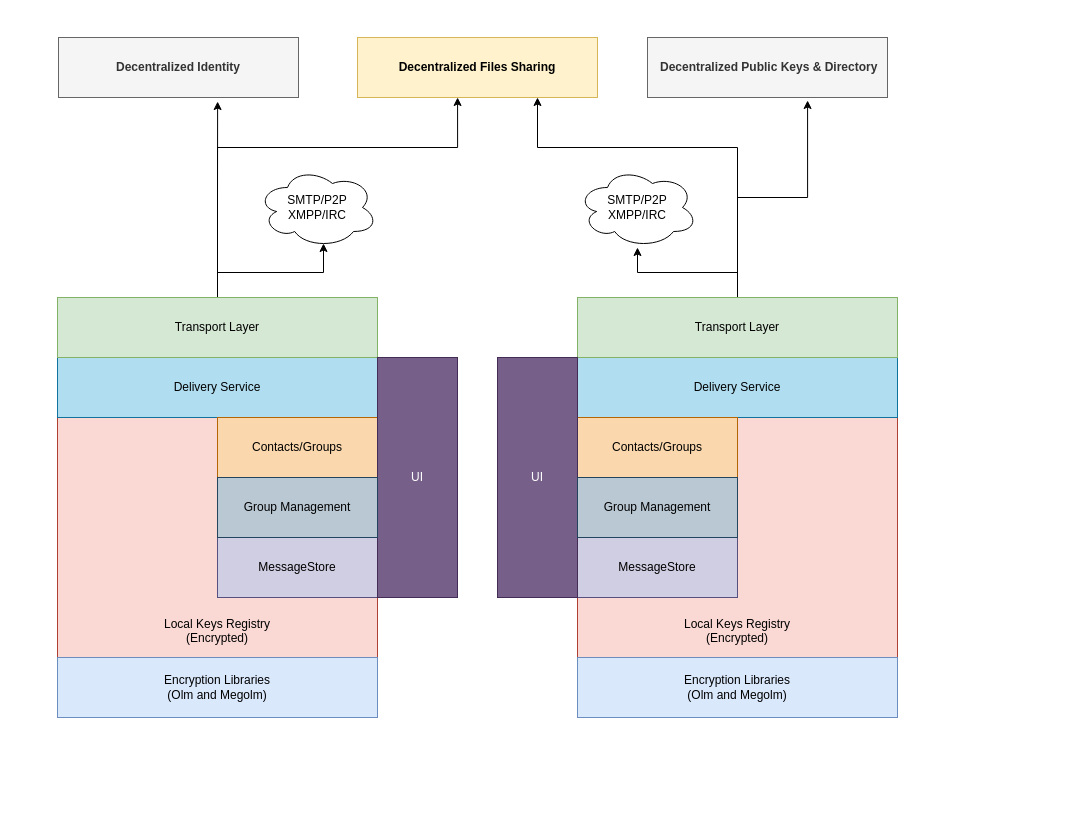
Earlier version of the draw.io diagram page "layers" (4 of 4) of Messaging end-to-end.drawio (bhatti/Aeron). Source tidied: cells renumbered, new cells numbered last; positions are measured from the earlier drawing's top-left corner, leaving out a move shared by most shapes. Both pictures are drawn from the tidied source at 100%, with x=0, y=0 at pixel (57, 37).
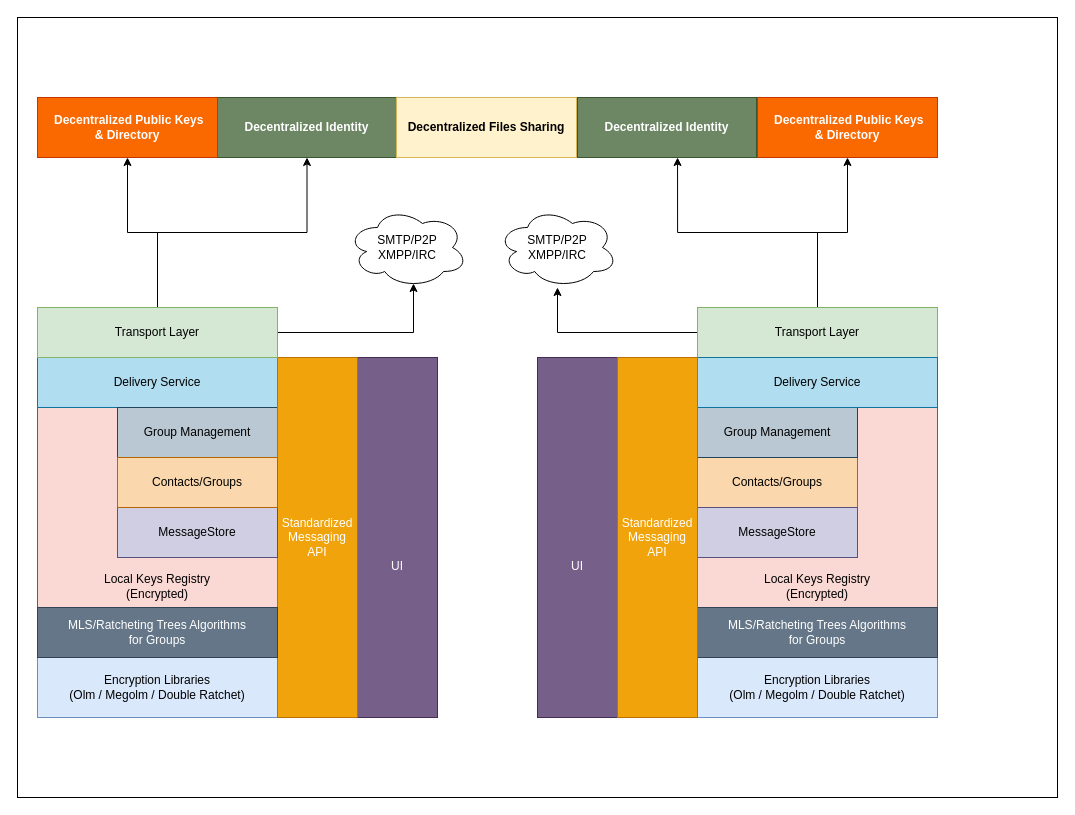
The same diagram, later.

The edit, as a diff of the source:
```diff
@@
+    <mxCell id="31" style="rounded=0;whiteSpace=wrap;html=1;" parent="1" vertex="1">
+      <mxGeometry x="-40" y="-20" width="1040" height="780" as="geometry" />
+    </mxCell>
     <mxCell id="2" style="rounded=0;whiteSpace=wrap;html=1;" parent="1" vertex="1">
-      <mxGeometry y="260" width="320" height="420" as="geometry" />
+      <mxGeometry x="-20" y="270" width="240" height="410" as="geometry" />
     </mxCell>
-    <mxCell id="3" value="&lt;div&gt;&lt;br&gt;&lt;/div&gt;&lt;div&gt;&lt;br&gt;&lt;/div&gt;&lt;div&gt;&lt;br&gt;&lt;/div&gt;&lt;div&gt;&lt;br&gt;&lt;/div&gt;&lt;div&gt;&lt;br&gt;&lt;/div&gt;&lt;div&gt;&lt;br&gt;&lt;/div&gt;&lt;div&gt;&lt;br&gt;&lt;/div&gt;&lt;div&gt;&lt;br&gt;&lt;/div&gt;&lt;div&gt;&lt;br&gt;&lt;/div&gt;&lt;div&gt;&lt;br&gt;&lt;/div&gt;&lt;div&gt;&lt;br&gt;&lt;/div&gt;&lt;div&gt;&lt;br&gt;&lt;/div&gt;&lt;div&gt;&lt;br&gt;&lt;/div&gt;&lt;div&gt;Local Keys Registry&lt;br&gt;(Encrypted)&lt;br&gt;&lt;/div&gt;" style="rounded=0;whiteSpace=wrap;html=1;fillColor=#fad9d5;strokeColor=#ae4132;" parent="1" vertex="1">
-      <mxGeometry y="380" width="320" height="240" as="geometry" />
+    <mxCell id="3" value="&lt;div&gt;&lt;br&gt;&lt;/div&gt;&lt;div&gt;&lt;br&gt;&lt;/div&gt;&lt;div&gt;&lt;br&gt;&lt;/div&gt;&lt;div&gt;&lt;br&gt;&lt;/div&gt;&lt;div&gt;&lt;br&gt;&lt;/div&gt;&lt;div&gt;&lt;br&gt;&lt;/div&gt;&lt;div&gt;&lt;br&gt;&lt;/div&gt;&lt;div&gt;&lt;br&gt;&lt;/div&gt;&lt;div&gt;&lt;br&gt;&lt;/div&gt;&lt;div&gt;&lt;br&gt;&lt;/div&gt;&lt;div&gt;&lt;br&gt;&lt;/div&gt;&lt;div&gt;Local Keys Registry&lt;br&gt;(Encrypted)&lt;br&gt;&lt;/div&gt;" style="rounded=0;whiteSpace=wrap;html=1;fillColor=#fad9d5;strokeColor=#ae4132;" parent="1" vertex="1">
+      <mxGeometry x="-20" y="370" width="240" height="200" as="geometry" />
     </mxCell>
-    <mxCell id="4" value="&lt;b&gt;Decentralized Identity&lt;/b&gt;" style="rounded=0;whiteSpace=wrap;html=1;fillColor=#f5f5f5;strokeColor=#666666;fontColor=#333333;" parent="1" vertex="1">
-      <mxGeometry x="1" width="240" height="60" as="geometry" />
+    <mxCell id="4" value="&lt;b&gt;Decentralized Identity&lt;/b&gt;" style="rounded=0;whiteSpace=wrap;html=1;fillColor=#6d8764;strokeColor=#3A5431;fontColor=#ffffff;" parent="1" vertex="1">
+      <mxGeometry x="160" y="60" width="179" height="60" as="geometry" />
     </mxCell>
     <mxCell id="5" value="&lt;b&gt;Decentralized Files Sharing&lt;br&gt;&lt;/b&gt;" style="rounded=0;whiteSpace=wrap;html=1;fillColor=#fff2cc;strokeColor=#d6b656;" parent="1" vertex="1">
-      <mxGeometry x="300" width="240" height="60" as="geometry" />
+      <mxGeometry x="339" y="60" width="180" height="60" as="geometry" />
     </mxCell>
-    <mxCell id="6" value="&lt;div&gt;Encryption Libraries&lt;/div&gt;&lt;div&gt;(Olm and Megolm)&lt;br&gt;&lt;/div&gt;" style="rounded=0;whiteSpace=wrap;html=1;fillColor=#dae8fc;strokeColor=#6c8ebf;" parent="1" vertex="1">
-      <mxGeometry y="620" width="320" height="60" as="geometry" />
+    <mxCell id="6" value="&lt;div&gt;Encryption Libraries&lt;/div&gt;&lt;div&gt;(Olm / Megolm / Double Ratchet)&lt;br&gt;&lt;/div&gt;" style="rounded=0;whiteSpace=wrap;html=1;fillColor=#dae8fc;strokeColor=#6c8ebf;" parent="1" vertex="1">
+      <mxGeometry x="-20" y="620" width="240" height="60" as="geometry" />
     </mxCell>
-    <mxCell id="7" value="&lt;b&gt;&amp;nbsp;Decentralized Public Keys &amp;amp; Directory&lt;/b&gt;" style="rounded=0;whiteSpace=wrap;html=1;fillColor=#f5f5f5;strokeColor=#666666;fontColor=#333333;" parent="1" vertex="1">
-      <mxGeometry x="590" width="240" height="60" as="geometry" />
+    <mxCell id="7" value="&lt;b&gt;&amp;nbsp;Decentralized Public Keys&lt;br&gt; &amp;amp; Directory&lt;/b&gt;" style="rounded=0;whiteSpace=wrap;html=1;fillColor=#fa6800;strokeColor=#C73500;fontColor=#ffffff;" parent="1" vertex="1">
+      <mxGeometry x="700" y="60" width="180" height="60" as="geometry" />
     </mxCell>
     <mxCell id="8" value="SMTP/P2P&lt;br&gt;XMPP/IRC" style="ellipse;shape=cloud;whiteSpace=wrap;html=1;" parent="1" vertex="1">
-      <mxGeometry x="200" y="130" width="120" height="80" as="geometry" />
+      <mxGeometry x="290" y="170" width="120" height="80" as="geometry" />
     </mxCell>
     <mxCell id="9" value="SMTP/P2P&lt;br&gt;XMPP/IRC" style="ellipse;shape=cloud;whiteSpace=wrap;html=1;" parent="1" vertex="1">
-      <mxGeometry x="520" y="130" width="120" height="80" as="geometry" />
+      <mxGeometry x="440" y="170" width="120" height="80" as="geometry" />
     </mxCell>
     <mxCell id="10" value="Delivery Service" style="rounded=0;whiteSpace=wrap;html=1;fillColor=#b1ddf0;strokeColor=#10739e;" parent="1" vertex="1">
-      <mxGeometry y="320" width="320" height="60" as="geometry" />
+      <mxGeometry x="-20" y="320" width="240" height="50" as="geometry" />
     </mxCell>
-    <mxCell id="11" style="edgeStyle=orthogonalEdgeStyle;rounded=0;jettySize=auto;html=1;entryX=0.55;entryY=0.95;entryDx=0;entryDy=0;entryPerimeter=0;" parent="1" edge="1" source="14" target="8">
-      <mxGeometry relative="1" as="geometry" />
-    </mxCell>
-    <mxCell id="12" style="edgeStyle=orthogonalEdgeStyle;rounded=0;jettySize=auto;html=1;entryX=0.663;entryY=1.067;entryDx=0;entryDy=0;entryPerimeter=0;" parent="1" edge="1" source="14" target="4">
-      <mxGeometry relative="1" as="geometry" />
-    </mxCell>
-    <mxCell id="13" style="edgeStyle=orthogonalEdgeStyle;rounded=0;jettySize=auto;html=1;entryX=0.417;entryY=1;entryDx=0;entryDy=0;entryPerimeter=0;" parent="1" edge="1" source="14" target="5">
-      <mxGeometry relative="1" as="geometry">
-        <Array as="points">
-          <mxPoint x="160" y="110" />
-          <mxPoint x="400" y="110" />
-        </Array>
-      </mxGeometry>
-    </mxCell>
-    <mxCell id="14" value="Transport Layer" style="rounded=0;whiteSpace=wrap;html=1;fillColor=#d5e8d4;strokeColor=#82b366;" parent="1" vertex="1">
-      <mxGeometry y="260" width="320" height="60" as="geometry" />
-    </mxCell>
-    <mxCell id="15" value="Contacts/Groups" style="rounded=0;whiteSpace=wrap;html=1;fillColor=#fad7ac;strokeColor=#b46504;" parent="1" vertex="1">
-      <mxGeometry x="160" y="380" width="160" height="60" as="geometry" />
-    </mxCell>
-    <mxCell id="16" value="MessageStore" style="rounded=0;whiteSpace=wrap;html=1;fillColor=#d0cee2;strokeColor=#56517e;" parent="1" vertex="1">
-      <mxGeometry x="160" y="500" width="160" height="60" as="geometry" />
-    </mxCell>
-    <mxCell id="17" value="UI" style="rounded=0;whiteSpace=wrap;html=1;fillColor=#76608a;strokeColor=#432D57;fontColor=#ffffff;" parent="1" vertex="1">
-      <mxGeometry x="320" y="320" width="80" height="240" as="geometry" />
+    <mxCell id="17" value="&lt;br&gt;&lt;br&gt;&lt;br&gt;&lt;br&gt;UI" style="rounded=0;whiteSpace=wrap;html=1;fillColor=#76608a;strokeColor=#432D57;fontColor=#ffffff;" parent="1" vertex="1">
+      <mxGeometry x="300" y="320" width="80" height="360" as="geometry" />
     </mxCell>
     <mxCell id="18" value="Group Management" style="rounded=0;whiteSpace=wrap;html=1;fillColor=#bac8d3;strokeColor=#23445d;" parent="1" vertex="1">
-      <mxGeometry x="160" y="440" width="160" height="60" as="geometry" />
+      <mxGeometry x="60" y="370" width="160" height="50" as="geometry" />
     </mxCell>
     <mxCell id="19" style="rounded=0;whiteSpace=wrap;html=1;" parent="1" vertex="1">
-      <mxGeometry x="520" y="260" width="320" height="420" as="geometry" />
+      <mxGeometry x="640" y="270" width="240" height="410" as="geometry" />
     </mxCell>
-    <mxCell id="20" value="&lt;div&gt;&lt;br&gt;&lt;/div&gt;&lt;div&gt;&lt;br&gt;&lt;/div&gt;&lt;div&gt;&lt;br&gt;&lt;/div&gt;&lt;div&gt;&lt;br&gt;&lt;/div&gt;&lt;div&gt;&lt;br&gt;&lt;/div&gt;&lt;div&gt;&lt;br&gt;&lt;/div&gt;&lt;div&gt;&lt;br&gt;&lt;/div&gt;&lt;div&gt;&lt;br&gt;&lt;/div&gt;&lt;div&gt;&lt;br&gt;&lt;/div&gt;&lt;div&gt;&lt;br&gt;&lt;/div&gt;&lt;div&gt;&lt;br&gt;&lt;/div&gt;&lt;div&gt;&lt;br&gt;&lt;/div&gt;&lt;div&gt;&lt;br&gt;&lt;/div&gt;&lt;div&gt;Local Keys Registry&lt;br&gt;(Encrypted)&lt;br&gt;&lt;/div&gt;" style="rounded=0;whiteSpace=wrap;html=1;fillColor=#fad9d5;strokeColor=#ae4132;" parent="1" vertex="1">
-      <mxGeometry x="520" y="380" width="320" height="240" as="geometry" />
+    <mxCell id="20" value="&lt;div&gt;&lt;br&gt;&lt;/div&gt;&lt;div&gt;&lt;br&gt;&lt;/div&gt;&lt;div&gt;&lt;br&gt;&lt;/div&gt;&lt;div&gt;&lt;br&gt;&lt;/div&gt;&lt;div&gt;&lt;br&gt;&lt;/div&gt;&lt;div&gt;&lt;br&gt;&lt;/div&gt;&lt;div&gt;&lt;br&gt;&lt;/div&gt;&lt;div&gt;&lt;br&gt;&lt;/div&gt;&lt;div&gt;&lt;br&gt;&lt;/div&gt;&lt;div&gt;&lt;br&gt;&lt;/div&gt;&lt;div&gt;&lt;br&gt;&lt;/div&gt;&lt;div&gt;Local Keys Registry&lt;br&gt;(Encrypted)&lt;br&gt;&lt;/div&gt;" style="rounded=0;whiteSpace=wrap;html=1;fillColor=#fad9d5;strokeColor=#ae4132;" parent="1" vertex="1">
+      <mxGeometry x="640" y="370" width="240" height="200" as="geometry" />
     </mxCell>
-    <mxCell id="21" value="&lt;div&gt;Encryption Libraries&lt;/div&gt;&lt;div&gt;(Olm and Megolm)&lt;br&gt;&lt;/div&gt;" style="rounded=0;whiteSpace=wrap;html=1;fillColor=#dae8fc;strokeColor=#6c8ebf;" parent="1" vertex="1">
-      <mxGeometry x="520" y="620" width="320" height="60" as="geometry" />
+    <mxCell id="21" value="&lt;div&gt;Encryption Libraries&lt;/div&gt;&lt;div&gt;(Olm / Megolm / Double Ratchet)&lt;/div&gt;" style="rounded=0;whiteSpace=wrap;html=1;fillColor=#dae8fc;strokeColor=#6c8ebf;" parent="1" vertex="1">
+      <mxGeometry x="640" y="620" width="240" height="60" as="geometry" />
     </mxCell>
-    <mxCell id="22" value="Delivery Service" style="rounded=0;whiteSpace=wrap;html=1;fillColor=#b1ddf0;strokeColor=#10739e;" parent="1" vertex="1">
-      <mxGeometry x="520" y="320" width="320" height="60" as="geometry" />
-    </mxCell>
-    <mxCell id="23" style="edgeStyle=orthogonalEdgeStyle;rounded=0;jettySize=auto;html=1;" parent="1" edge="1" source="26" target="9">
+    <mxCell id="23" style="edgeStyle=orthogonalEdgeStyle;rounded=0;jettySize=auto;html=1;exitX=0;exitY=0.5;exitDx=0;exitDy=0;" parent="1" edge="1" source="26" target="9">
       <mxGeometry relative="1" as="geometry" />
     </mxCell>
+    <mxCell id="32" style="edgeStyle=orthogonalEdgeStyle;rounded=0;jettySize=auto;html=1;entryX=0.559;entryY=1;entryDx=0;entryDy=0;entryPerimeter=0;" parent="1" edge="1" source="26" target="38">
+      <mxGeometry relative="1" as="geometry" />
+    </mxCell>
-    <mxCell id="24" style="edgeStyle=orthogonalEdgeStyle;rounded=0;jettySize=auto;html=1;entryX=0.667;entryY=1.05;entryDx=0;entryDy=0;entryPerimeter=0;" parent="1" edge="1" source="26" target="7">
+    <mxCell id="24" style="edgeStyle=orthogonalEdgeStyle;rounded=0;jettySize=auto;html=1;entryX=0.5;entryY=1;entryDx=0;entryDy=0;" parent="1" edge="1" source="26" target="7">
       <mxGeometry relative="1" as="geometry" />
     </mxCell>
-    <mxCell id="25" style="edgeStyle=orthogonalEdgeStyle;rounded=0;jettySize=auto;html=1;entryX=0.75;entryY=1;entryDx=0;entryDy=0;" parent="1" edge="1" source="26" target="5">
-      <mxGeometry relative="1" as="geometry">
-        <Array as="points">
-          <mxPoint x="680" y="110" />
-          <mxPoint x="480" y="110" />
-        </Array>
-      </mxGeometry>
-    </mxCell>
     <mxCell id="26" value="Transport Layer" style="rounded=0;whiteSpace=wrap;html=1;fillColor=#d5e8d4;strokeColor=#82b366;" parent="1" vertex="1">
-      <mxGeometry x="520" y="260" width="320" height="60" as="geometry" />
+      <mxGeometry x="640" y="270" width="240" height="50" as="geometry" />
     </mxCell>
     <mxCell id="27" value="Contacts/Groups" style="rounded=0;whiteSpace=wrap;html=1;fillColor=#fad7ac;strokeColor=#b46504;" parent="1" vertex="1">
-      <mxGeometry x="520" y="380" width="160" height="60" as="geometry" />
+      <mxGeometry x="640" y="420" width="160" height="50" as="geometry" />
     </mxCell>
     <mxCell id="28" value="MessageStore" style="rounded=0;whiteSpace=wrap;html=1;fillColor=#d0cee2;strokeColor=#56517e;" parent="1" vertex="1">
-      <mxGeometry x="520" y="500" width="160" height="60" as="geometry" />
+      <mxGeometry x="640" y="470" width="160" height="50" as="geometry" />
     </mxCell>
+    <mxCell id="33" value="Standardized Messaging&lt;br&gt; API" style="rounded=0;whiteSpace=wrap;html=1;fillColor=#f0a30a;strokeColor=#BD7000;fontColor=#ffffff;" parent="1" vertex="1">
+      <mxGeometry x="220" y="320" width="80" height="360" as="geometry" />
+    </mxCell>
+    <mxCell id="34" value="MLS/Ratcheting Trees Algorithms&lt;br&gt; for Groups" style="rounded=0;whiteSpace=wrap;html=1;fillColor=#647687;strokeColor=#314354;fontColor=#ffffff;" parent="1" vertex="1">
+      <mxGeometry x="-20" y="570" width="240" height="50" as="geometry" />
+    </mxCell>
+    <mxCell id="11" style="edgeStyle=orthogonalEdgeStyle;rounded=0;jettySize=auto;html=1;entryX=0.55;entryY=0.95;entryDx=0;entryDy=0;entryPerimeter=0;exitX=1;exitY=0.5;exitDx=0;exitDy=0;" parent="1" edge="1" source="14" target="8">
+      <mxGeometry relative="1" as="geometry" />
+    </mxCell>
+    <mxCell id="35" style="edgeStyle=orthogonalEdgeStyle;rounded=0;jettySize=auto;html=1;entryX=0.5;entryY=1;entryDx=0;entryDy=0;" parent="1" edge="1" source="14" target="37">
+      <mxGeometry relative="1" as="geometry" />
+    </mxCell>
+    <mxCell id="12" style="edgeStyle=orthogonalEdgeStyle;rounded=0;jettySize=auto;html=1;" parent="1" edge="1" source="14" target="4">
+      <mxGeometry relative="1" as="geometry" />
+    </mxCell>
+    <mxCell id="14" value="Transport Layer" style="rounded=0;whiteSpace=wrap;html=1;fillColor=#d5e8d4;strokeColor=#82b366;" parent="1" vertex="1">
+      <mxGeometry x="-20" y="270" width="240" height="50" as="geometry" />
+    </mxCell>
+    <mxCell id="16" value="MessageStore" style="rounded=0;whiteSpace=wrap;html=1;fillColor=#d0cee2;strokeColor=#56517e;" parent="1" vertex="1">
+      <mxGeometry x="60" y="470" width="160" height="50" as="geometry" />
+    </mxCell>
+    <mxCell id="15" value="Contacts/Groups" style="rounded=0;whiteSpace=wrap;html=1;fillColor=#fad7ac;strokeColor=#b46504;" parent="1" vertex="1">
+      <mxGeometry x="60" y="420" width="160" height="50" as="geometry" />
+    </mxCell>
+    <mxCell id="30" value="Group Management" style="rounded=0;whiteSpace=wrap;html=1;fillColor=#bac8d3;strokeColor=#23445d;" parent="1" vertex="1">
+      <mxGeometry x="640" y="370" width="160" height="50" as="geometry" />
+    </mxCell>
+    <mxCell id="36" value="MLS/Ratcheting Trees Algorithms&lt;br&gt; for Groups" style="rounded=0;whiteSpace=wrap;html=1;fillColor=#647687;strokeColor=#314354;fontColor=#ffffff;" parent="1" vertex="1">
+      <mxGeometry x="640" y="570" width="240" height="50" as="geometry" />
+    </mxCell>
+    <mxCell id="22" value="Delivery Service" style="rounded=0;whiteSpace=wrap;html=1;fillColor=#b1ddf0;strokeColor=#10739e;" parent="1" vertex="1">
+      <mxGeometry x="640" y="320" width="240" height="50" as="geometry" />
+    </mxCell>
+    <mxCell id="37" value="&lt;b&gt;&amp;nbsp;Decentralized Public Keys&lt;br&gt; &amp;amp; Directory&lt;/b&gt;" style="rounded=0;whiteSpace=wrap;html=1;fillColor=#fa6800;strokeColor=#C73500;fontColor=#ffffff;" parent="1" vertex="1">
+      <mxGeometry x="-20" y="60" width="180" height="60" as="geometry" />
+    </mxCell>
+    <mxCell id="38" value="&lt;b&gt;Decentralized Identity&lt;/b&gt;" style="rounded=0;whiteSpace=wrap;html=1;fillColor=#6d8764;strokeColor=#3A5431;fontColor=#ffffff;" parent="1" vertex="1">
+      <mxGeometry x="520" y="60" width="179" height="60" as="geometry" />
+    </mxCell>
-    <mxCell id="29" value="UI" style="rounded=0;whiteSpace=wrap;html=1;fillColor=#76608a;strokeColor=#432D57;fontColor=#ffffff;" parent="1" vertex="1">
-      <mxGeometry x="440" y="320" width="80" height="240" as="geometry" />
+    <mxCell id="29" value="&lt;br&gt;&lt;br&gt;&lt;br&gt;&lt;br&gt;UI" style="rounded=0;whiteSpace=wrap;html=1;fillColor=#76608a;strokeColor=#432D57;fontColor=#ffffff;" parent="1" vertex="1">
+      <mxGeometry x="480" y="320" width="80" height="360" as="geometry" />
     </mxCell>
-    <mxCell id="30" value="Group Management" style="rounded=0;whiteSpace=wrap;html=1;fillColor=#bac8d3;strokeColor=#23445d;" parent="1" vertex="1">
-      <mxGeometry x="520" y="440" width="160" height="60" as="geometry" />
-    </mxCell>
+    <mxCell id="39" value="Standardized Messaging&lt;br&gt; API" style="rounded=0;whiteSpace=wrap;html=1;fillColor=#f0a30a;strokeColor=#BD7000;fontColor=#ffffff;" parent="1" vertex="1">
+      <mxGeometry x="560" y="320" width="80" height="360" as="geometry" />
+    </mxCell>
```
